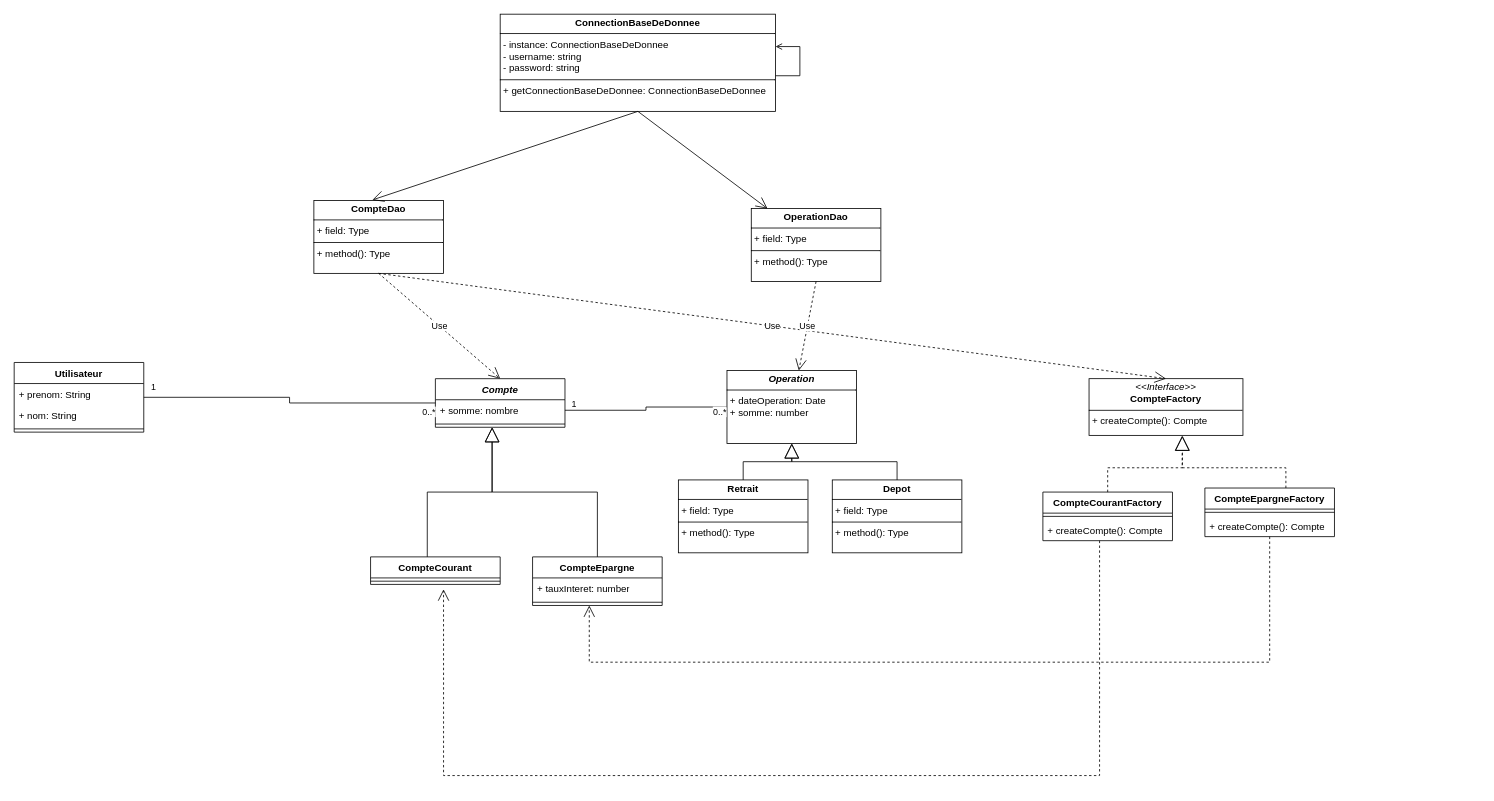
SamuelFMS/18-Dev-Design-Patern keeps this draw.io diagram as docs/DiagrammeDeClasse.drawio. Above is the earlier version. Source tidied: cells renumbered, new cells numbered last; positions are measured from the earlier drawing's top-left corner, leaving out a move shared by most shapes. Both pictures are drawn from the tidied source at 81%, with x=0, y=0 at pixel (14, 14).
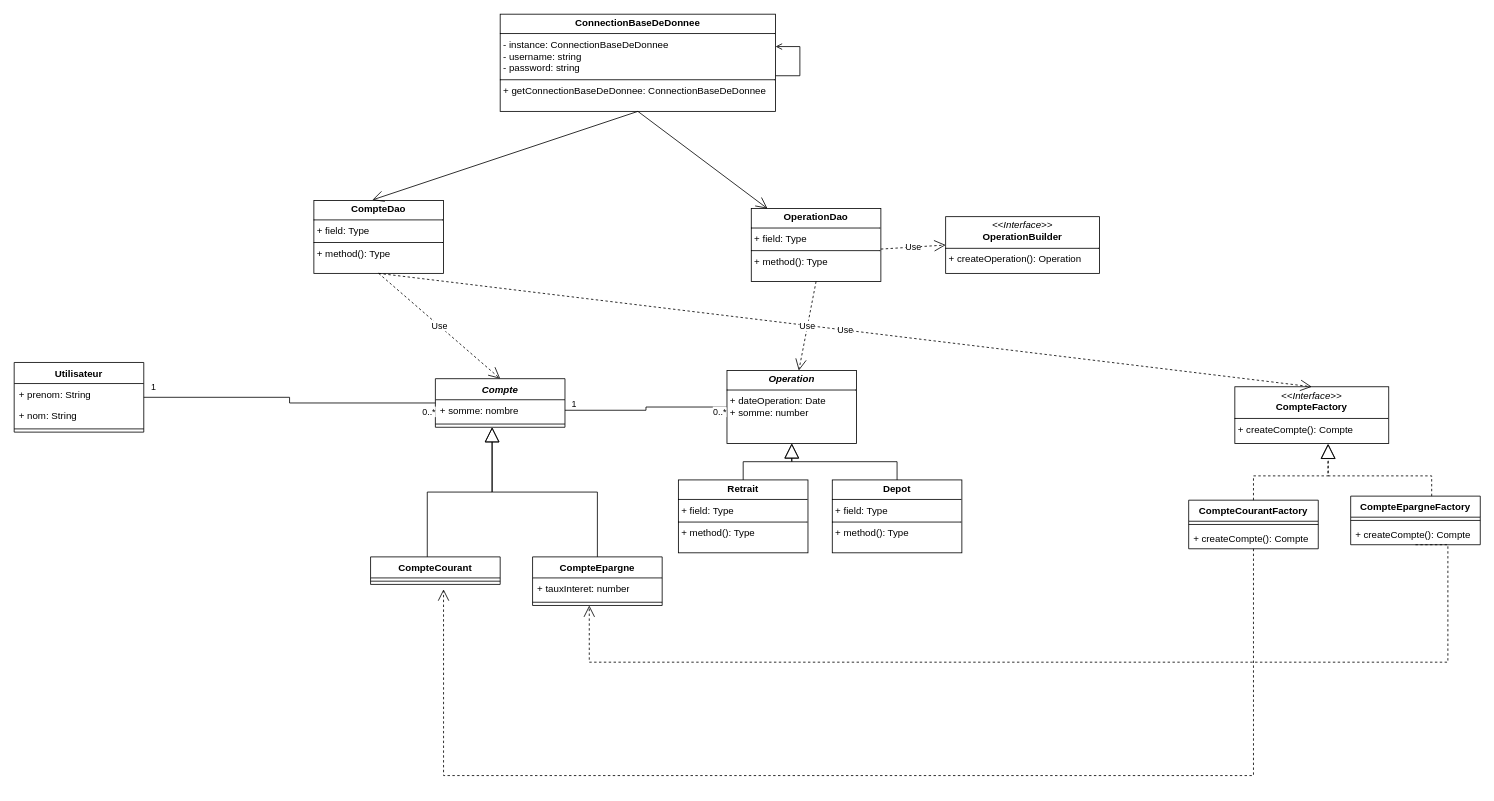
After the change.

Commit message:
docs: Diagramme de classe ajout d'un operation builder

The change refers to these unchanged cells:
```xml
<mxCell id="9" style="line;strokeWidth=1;fillColor=none;align=left;verticalAlign=middle;spacingTop=-1;spacingLeft=3;spacingRight=3;labelPosition=right;points=[];portConstraint=eastwest;strokeColor=inherit;labelPerimeter=1;" parent="7" vertex="1">
  <mxGeometry y="26" width="160" height="8" as="geometry" />
</mxCell>
<mxCell id="17" value="+ createCompte(): Compte" style="text;strokeColor=none;fillColor=none;align=left;verticalAlign=top;spacingLeft=4;spacingRight=4;overflow=hidden;points=[[0,0.5],[1,0.5]];portConstraint=eastwest;whiteSpace=wrap;html=1;" parent="15" vertex="1">
  <mxGeometry y="34" width="160" height="26" as="geometry" />
</mxCell>
```

The edit, as a diff of the source:
```diff
@@
     <mxCell id="14" value="&lt;p style=&quot;margin:0px;margin-top:4px;text-align:center;&quot;&gt;&lt;i&gt;&amp;lt;&amp;lt;Interface&amp;gt;&amp;gt;&lt;/i&gt;&lt;br&gt;&lt;b&gt;CompteFactory&lt;/b&gt;&lt;/p&gt;&lt;hr size=&quot;1&quot; style=&quot;border-style:solid;&quot;&gt;&lt;p style=&quot;margin:0px;margin-left:4px;&quot;&gt;+ createCompte(): Compte&lt;br&gt;&lt;/p&gt;" style="verticalAlign=top;align=left;overflow=fill;html=1;whiteSpace=wrap;" parent="1" vertex="1">
-      <mxGeometry x="1327" y="450" width="190" height="70" as="geometry" />
+      <mxGeometry x="1507" y="460" width="190" height="70" as="geometry" />
     </mxCell>
     <mxCell id="15" value="CompteCourantFactory" style="swimlane;fontStyle=1;align=center;verticalAlign=top;horizontal=1;startSize=26;whiteSpace=wrap;html=1;" parent="1" vertex="1">
-      <mxGeometry x="1270" y="590" width="160" height="60" as="geometry" />
+      <mxGeometry x="1450" y="600" width="160" height="60" as="geometry" />
     </mxCell>
@@
     <mxCell id="18" value="CompteEpargneFactory" style="swimlane;fontStyle=1;align=center;verticalAlign=top;horizontal=1;startSize=26;whiteSpace=wrap;html=1;" parent="1" vertex="1">
-      <mxGeometry x="1470" y="585" width="160" height="60" as="geometry" />
+      <mxGeometry x="1650" y="595" width="160" height="60" as="geometry" />
     </mxCell>
@@
     <mxCell id="21" style="endArrow=block;endSize=16;endFill=0;html=1;rounded=0;defaultLabelBackgroundColor=page;labelPadding=0 4;entryX=0.607;entryY=1.007;entryDx=0;entryDy=0;entryPerimeter=0;edgeStyle=orthogonalEdgeStyle;exitX=0.5;exitY=0;exitDx=0;exitDy=0;dashed=1;" parent="1" edge="1" source="15" target="14">
       <mxGeometry x="-0.04" relative="1" as="geometry">
         <Array as="points">
-          <mxPoint x="1350" y="560" />
-          <mxPoint x="1442.3" y="560" />
+          <mxPoint x="1530" y="570" />
+          <mxPoint x="1622.3" y="570" />
         </Array>
       </mxGeometry>
     </mxCell>
     <mxCell id="22" style="endArrow=block;endSize=16;endFill=0;html=1;rounded=0;defaultLabelBackgroundColor=page;labelPadding=0 4;entryX=0.605;entryY=1.006;entryDx=0;entryDy=0;entryPerimeter=0;edgeStyle=orthogonalEdgeStyle;dashed=1;" parent="1" edge="1" source="18" target="14">
       <mxGeometry x="-0.01" relative="1" as="geometry">
         <Array as="points">
-          <mxPoint x="1570" y="560" />
-          <mxPoint x="1442" y="560" />
+          <mxPoint x="1750" y="570" />
+          <mxPoint x="1622" y="570" />
         </Array>
       </mxGeometry>
     </mxCell>
@@
     <mxCell id="38" style="endArrow=open;endSize=12;dashed=1;html=1;rounded=0;defaultLabelBackgroundColor=page;labelPadding=0 4;entryX=0.563;entryY=1.75;entryDx=0;entryDy=0;entryPerimeter=0;edgeStyle=orthogonalEdgeStyle;" parent="1" edge="1" source="17" target="9">
-      <mxGeometry relative="1" as="geometry">
+      <mxGeometry x="0.05" relative="1" as="geometry">
         <Array as="points">
-          <mxPoint x="1340" y="940" />
+          <mxPoint x="1530" y="940" />
           <mxPoint x="530.1" y="940" />
         </Array>
       </mxGeometry>
     </mxCell>
     <mxCell id="39" style="endArrow=open;endSize=12;dashed=1;html=1;rounded=0;defaultLabelBackgroundColor=page;labelPadding=0 4;exitX=0.5;exitY=1;exitDx=0;exitDy=0;edgeStyle=orthogonalEdgeStyle;" parent="1" edge="1" source="18">
-      <mxGeometry relative="1" as="geometry">
+      <mxGeometry x="0.06" relative="1" as="geometry">
         <mxPoint x="710" y="730" as="targetPoint" />
         <Array as="points">
-          <mxPoint x="1550" y="800" />
+          <mxPoint x="1770" y="655" />
+          <mxPoint x="1770" y="800" />
           <mxPoint x="710" y="800" />
         </Array>
       </mxGeometry>
     </mxCell>
@@
+    <mxCell id="47" value="&lt;p style=&quot;margin:0px;margin-top:4px;text-align:center;&quot;&gt;&lt;i&gt;&amp;lt;&amp;lt;Interface&amp;gt;&amp;gt;&lt;/i&gt;&lt;br&gt;&lt;b&gt;OperationBuilder&lt;/b&gt;&lt;/p&gt;&lt;hr size=&quot;1&quot; style=&quot;border-style:solid;&quot;&gt;&lt;p style=&quot;margin:0px;margin-left:4px;&quot;&gt;+ createOperation(): Operation&lt;br&gt;&lt;/p&gt;" style="verticalAlign=top;align=left;overflow=fill;html=1;whiteSpace=wrap;" parent="1" vertex="1">
+      <mxGeometry x="1150" y="250" width="190" height="70" as="geometry" />
+    </mxCell>
+    <mxCell id="48" value="Use" style="endArrow=open;endSize=12;dashed=1;html=1;rounded=0;defaultLabelBackgroundColor=page;labelPadding=0 4;entryX=0;entryY=0.5;entryDx=0;entryDy=0;" parent="1" edge="1" target="47">
+      <mxGeometry relative="1" as="geometry">
+        <mxPoint x="1070" y="290" as="sourcePoint" />
+      </mxGeometry>
+    </mxCell>
```
